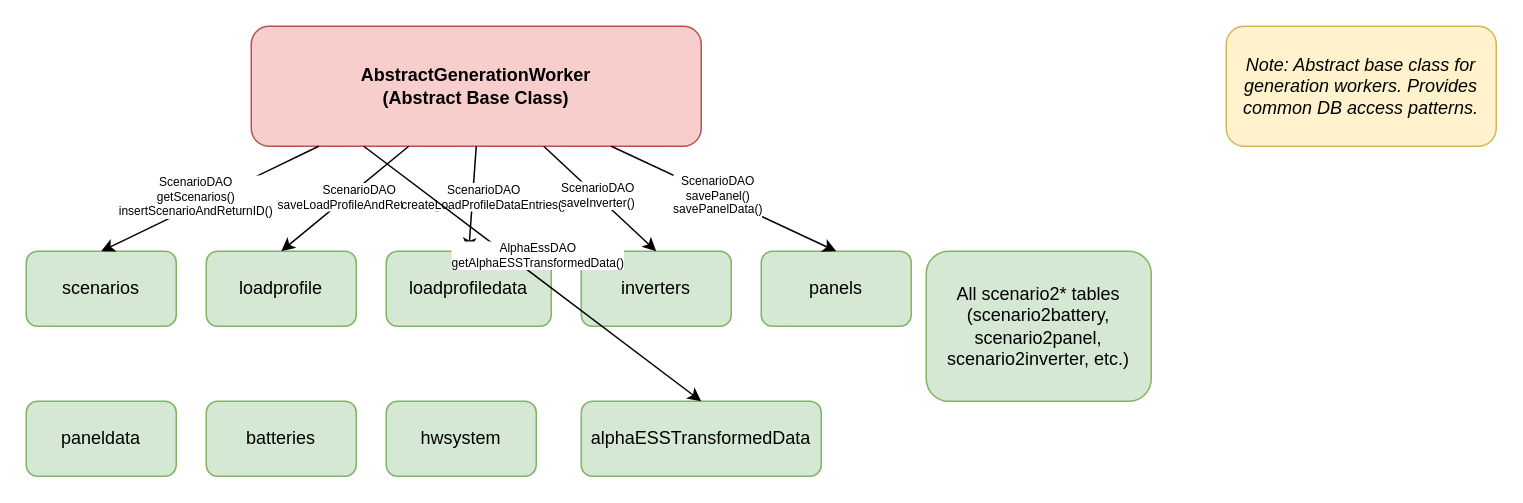
The draw.io diagram docs/model/abstract-generation-worker.drawio in Tonyslogic/comparetout, before the edit. Source tidied: cells renumbered, new cells numbered last; positions are measured from the earlier drawing's top-left corner, leaving out a move shared by most shapes. Both pictures are drawn from the tidied source at 150%, with x=0, y=0 at pixel (26, 26).
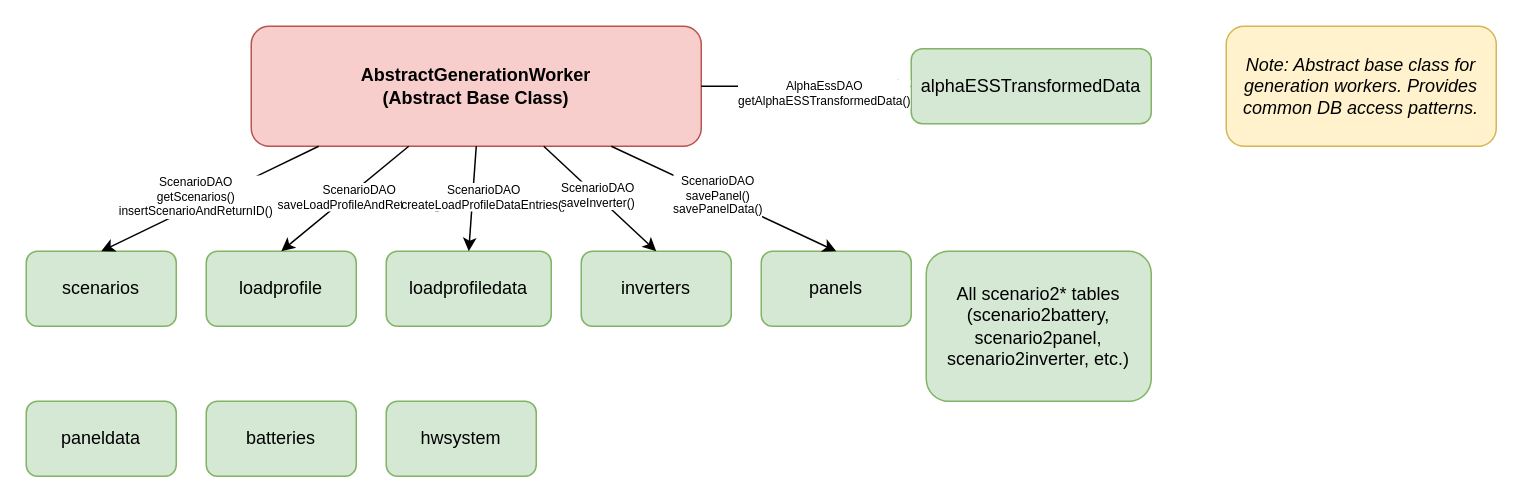
The same page after the edit.

Unchanged cells that the change refers to:
```xml
<mxCell id="2" value="AbstractGenerationWorker&#10;(Abstract Base Class)" style="rounded=1;whiteSpace=wrap;html=1;fillColor=#F8CECC;strokeColor=#B85450;fontColor=#000000;fontStyle=1;" parent="1" vertex="1">
  <mxGeometry x="150" width="300" height="80" as="geometry" />
</mxCell>
```

Diff of the diagram source:
```diff
@@
     <mxCell id="11" value="alphaESSTransformedData" style="rounded=1;whiteSpace=wrap;html=1;fillColor=#D5E8D4;strokeColor=#82B366;fontColor=#000000;" parent="1" vertex="1">
-      <mxGeometry x="370" y="250" width="160" height="50" as="geometry" />
+      <mxGeometry x="590" y="15" width="160" height="50" as="geometry" />
     </mxCell>
@@
-    <mxCell id="23" style="endArrow=classic;html=1;rounded=1;exitX=0.25;exitY=1;exitDx=0;exitDy=0;entryX=0.5;entryY=0;entryDx=0;entryDy=0;" parent="1" edge="1" source="2" target="11">
+    <mxCell id="23" style="endArrow=classic;html=1;rounded=1;exitX=1;exitY=0.5;exitDx=0;exitDy=0;entryX=0;entryY=0.5;entryDx=0;entryDy=0;" parent="1" edge="1" source="2" target="11">
       <mxGeometry relative="1" as="geometry" />
     </mxCell>
```
